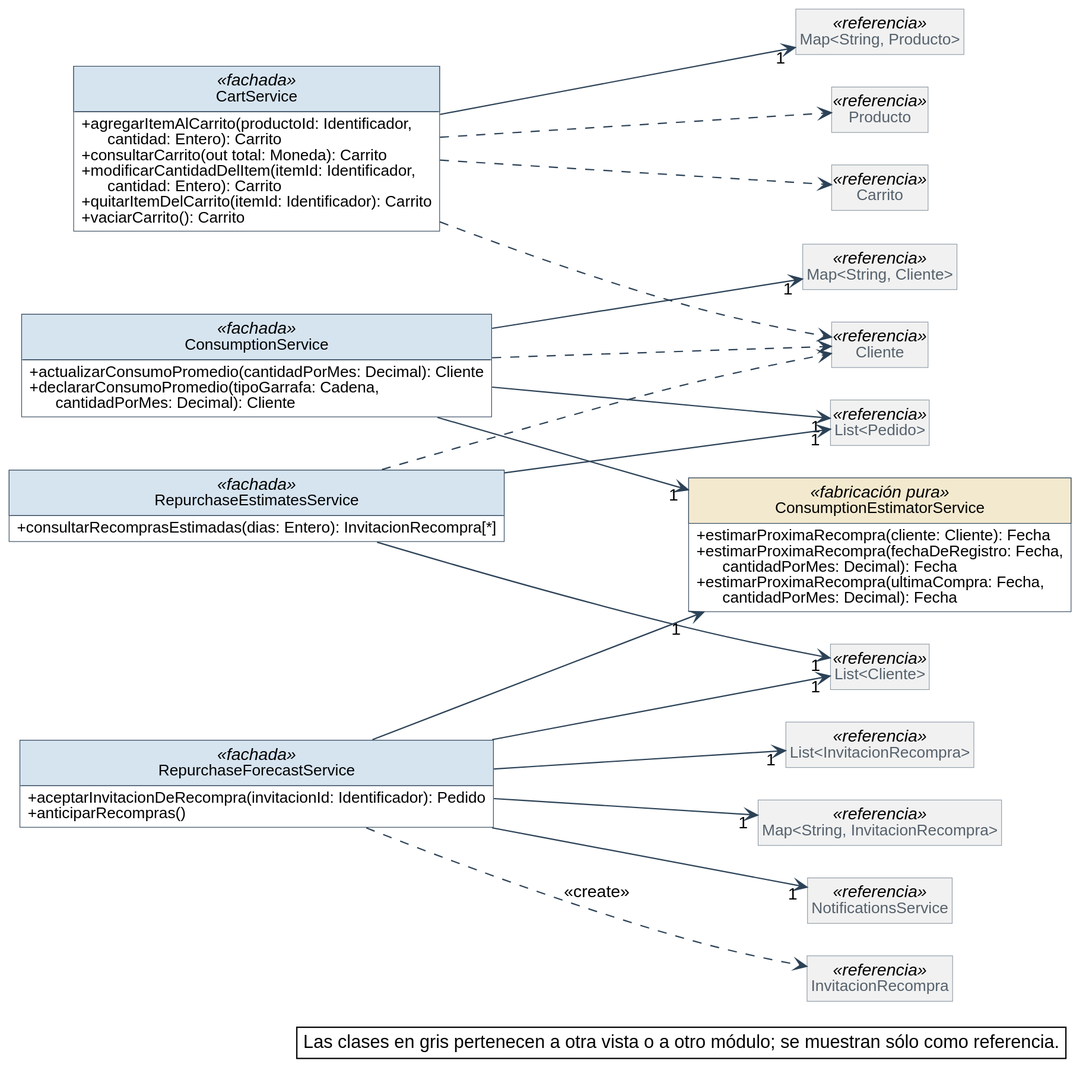
The PlantUML diagram diagramas/clases-diseno/DC_Mod_Carrito-y-recompra.svg in Nahuelito-Dev/splg-docs, before a commit. Its diagram source:
```plantuml
@startuml
skinparam backgroundColor #FFFFFF
skinparam shadowing false
skinparam defaultFontName Helvetica
skinparam defaultFontSize 13
skinparam dpi 150
skinparam nodesep 40
skinparam ranksep 55
skinparam classAttributeIconSize 0
skinparam roundCorner 0
skinparam genericDisplay old
skinparam class {
  BorderColor #2C4257
  BackgroundColor #FFFFFF
  ArrowColor #2C4257
  FontSize 14
  AttributeFontSize 12
  HeaderBackgroundColor #E8EEF3
}
skinparam class<<referencia>> {
  BackgroundColor #F1F1F1
  BorderColor #8A97A3
  FontColor #55616C
}
skinparam class<<fachada>> {
  HeaderBackgroundColor #D6E4F0
}
skinparam class<<controlador>> {
  HeaderBackgroundColor #D6E4F0
}
skinparam class<<fabricación pura>> {
  HeaderBackgroundColor #F3E9CF
}
skinparam class<<colección>> {
  HeaderBackgroundColor #E6E6E6
}
skinparam class<<adaptador>> {
  HeaderBackgroundColor #DCEBDD
}
skinparam interface {
  BorderColor #2C4257
  BackgroundColor #FFFFFF
  HeaderBackgroundColor #DCEBDD
  FontSize 14
  AttributeFontSize 12
}
skinparam note {
  BackgroundColor #FFFFFF
  BorderColor #2C4257
}
skinparam packageStyle rectangle
skinparam package {
  BorderColor #8A97A3
  FontSize 13
  FontColor #55616C
}
hide circle
hide empty members

left to right direction
skinparam nodesep 25
skinparam ranksep 90
class CartService <<fachada>> {
  + agregarItemAlCarrito(productoId: Identificador,\n      cantidad: Entero): Carrito
  + consultarCarrito(out total: Moneda): Carrito
  + modificarCantidadDelItem(itemId: Identificador,\n      cantidad: Entero): Carrito
  + quitarItemDelCarrito(itemId: Identificador): Carrito
  + vaciarCarrito(): Carrito
}
class RepurchaseForecastService <<fachada>> {
  + aceptarInvitacionDeRecompra(invitacionId: Identificador): Pedido
  + anticiparRecompras()
}
class ConsumptionEstimatorService <<fabricación pura>> {
  + estimarProximaRecompra(cliente: Cliente): Fecha
  + estimarProximaRecompra(fechaDeRegistro: Fecha,\n      cantidadPorMes: Decimal): Fecha
  + estimarProximaRecompra(ultimaCompra: Fecha,\n      cantidadPorMes: Decimal): Fecha
}
class ConsumptionService <<fachada>> {
  + actualizarConsumoPromedio(cantidadPorMes: Decimal): Cliente
  + declararConsumoPromedio(tipoGarrafa: Cadena,\n      cantidadPorMes: Decimal): Cliente
}
class RepurchaseEstimatesService <<fachada>> {
  + consultarRecomprasEstimadas(dias: Entero): InvitacionRecompra[*]
}
class "Map<String, Producto>" as Map_String_Producto <<referencia>>
class "List<Pedido>" as List_Pedido <<referencia>>
class "Map<String, Cliente>" as Map_String_Cliente <<referencia>>
class "List<Cliente>" as List_Cliente <<referencia>>
class "List<InvitacionRecompra>" as List_InvitacionRecompra <<referencia>>
class "Map<String, InvitacionRecompra>" as Map_String_InvitacionRecompra <<referencia>>
class NotificationsService <<referencia>>
class Producto <<referencia>>
class InvitacionRecompra <<referencia>>
class Carrito <<referencia>>
class Cliente <<referencia>>

CartService --> "1" Map_String_Producto
ConsumptionService --> "1" ConsumptionEstimatorService
ConsumptionService --> "1" List_Pedido
ConsumptionService --> "1" Map_String_Cliente
RepurchaseEstimatesService --> "1" List_Cliente
RepurchaseEstimatesService --> "1" List_Pedido
RepurchaseForecastService --> "1" ConsumptionEstimatorService
RepurchaseForecastService --> "1" List_Cliente
RepurchaseForecastService --> "1" List_InvitacionRecompra
RepurchaseForecastService --> "1" Map_String_InvitacionRecompra
RepurchaseForecastService --> "1" NotificationsService
CartService ..> Carrito
CartService ..> Cliente
CartService ..> Producto
ConsumptionService ..> Cliente
RepurchaseEstimatesService ..> Cliente
RepurchaseForecastService ..> InvitacionRecompra : <<create>>

legend bottom right
  Las clases en gris pertenecen a otra vista o a otro módulo; se muestran sólo como referencia.
endlegend
@enduml
```
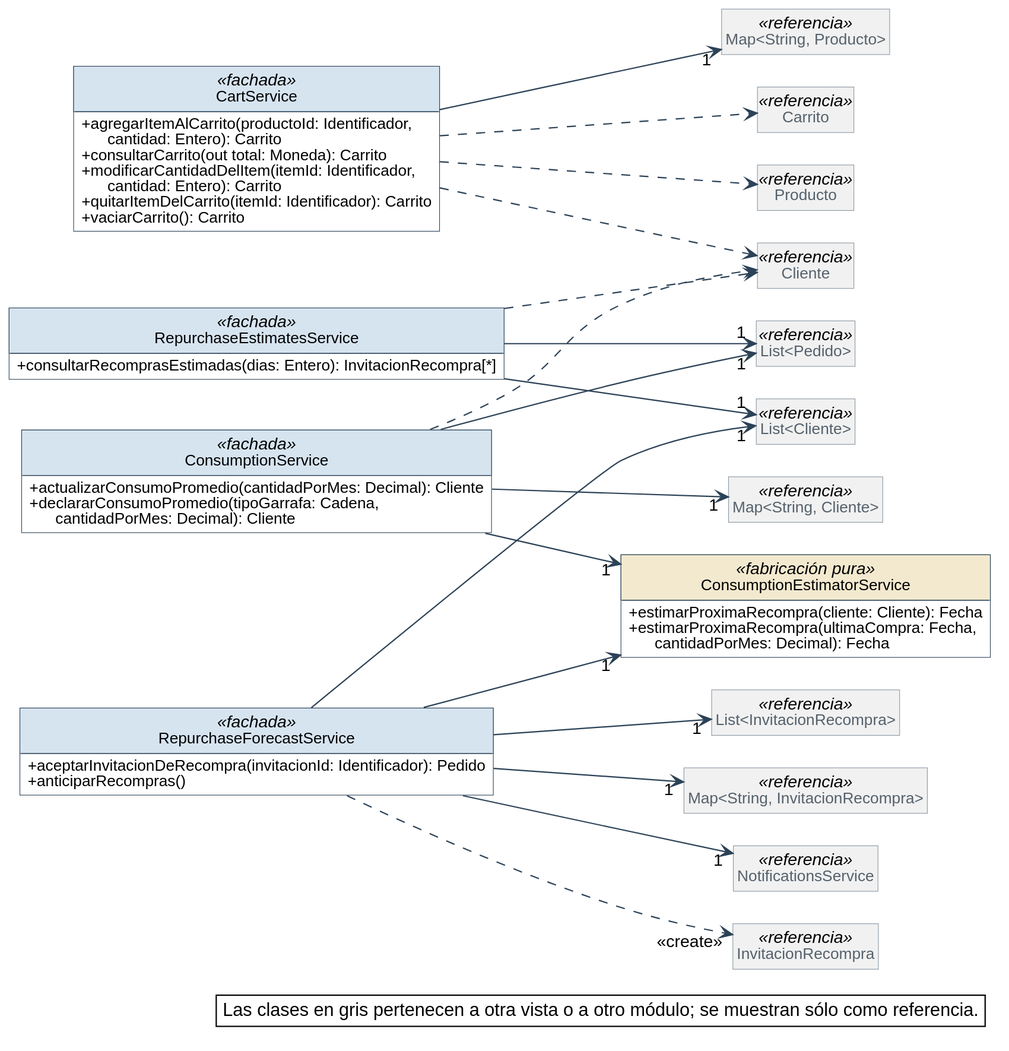
Later version of the same file.

Change to the diagram source:
```diff
@@ -73,7 +73,6 @@
 }
 class ConsumptionEstimatorService <<fabricación pura>> {
   + estimarProximaRecompra(cliente: Cliente): Fecha
-  + estimarProximaRecompra(fechaDeRegistro: Fecha,\n      cantidadPorMes: Decimal): Fecha
   + estimarProximaRecompra(ultimaCompra: Fecha,\n      cantidadPorMes: Decimal): Fecha
 }
 class ConsumptionService <<fachada>> {
@@ -90,10 +89,10 @@
 class "List<InvitacionRecompra>" as List_InvitacionRecompra <<referencia>>
 class "Map<String, InvitacionRecompra>" as Map_String_InvitacionRecompra <<referencia>>
 class NotificationsService <<referencia>>
+class Carrito <<referencia>>
+class Cliente <<referencia>>
 class Producto <<referencia>>
 class InvitacionRecompra <<referencia>>
-class Carrito <<referencia>>
-class Cliente <<referencia>>
 
 CartService --> "1" Map_String_Producto
 ConsumptionService --> "1" ConsumptionEstimatorService
@@ -111,7 +110,7 @@
 CartService ..> Producto
 ConsumptionService ..> Cliente
 RepurchaseEstimatesService ..> Cliente
-RepurchaseForecastService ..> InvitacionRecompra : <<create>>
+RepurchaseForecastService ..> "<<create>>" InvitacionRecompra
 
 legend bottom right
   Las clases en gris pertenecen a otra vista o a otro módulo; se muestran sólo como referencia.
```
